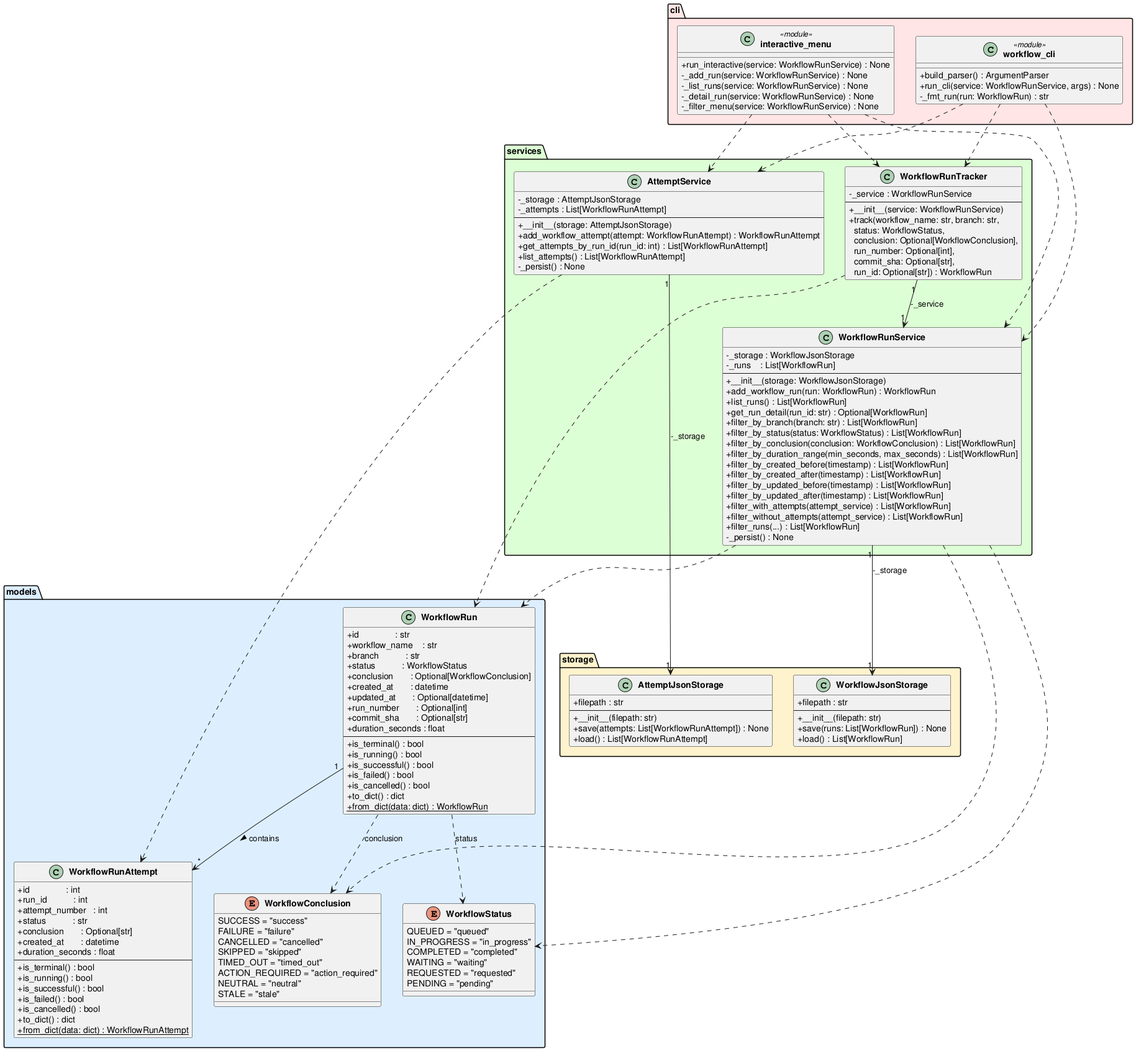
DanielRiha8906/Software_autoevolution_using_agents keeps this PlantUML diagram as experiments/broadcast/structured_text/github-workflow-manager/artifacts/class_diagram.png. Above is the earlier version.
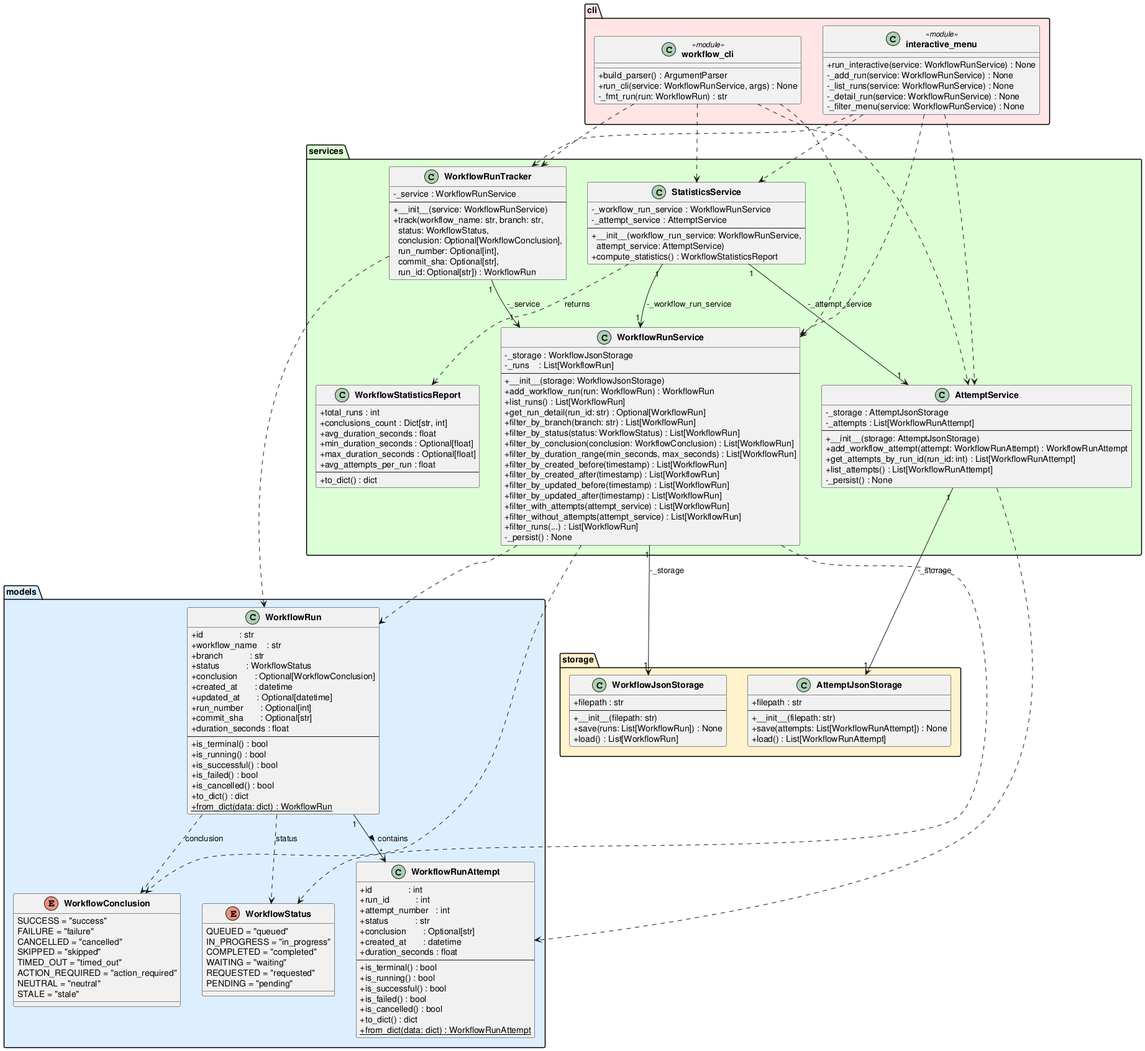
Later version of the same file.

Diff of the diagram source:
```diff
@@ -122,6 +122,25 @@
         +list_attempts() : List[WorkflowRunAttempt]
         -_persist() : None
     }
+
+    class WorkflowStatisticsReport {
+        +total_runs : int
+        +conclusions_count : Dict[str, int]
+        +avg_duration_seconds : float
+        +min_duration_seconds : Optional[float]
+        +max_duration_seconds : Optional[float]
+        +avg_attempts_per_run : float
+        --
+        +to_dict() : dict
+    }
+
+    class StatisticsService {
+        -_workflow_run_service : WorkflowRunService
+        -_attempt_service : AttemptService
+        --
+        +__init__(workflow_run_service: WorkflowRunService,\n  attempt_service: AttemptService)
+        +compute_statistics() : WorkflowStatisticsReport
+    }
 }
 
 package "cli" #FFE5E5 {
@@ -151,11 +170,16 @@
 WorkflowRunTracker         ..>  WorkflowRun
 AttemptService       "1" --> "1" AttemptJsonStorage   : -_storage
 AttemptService             ..>  WorkflowRunAttempt
+StatisticsService    "1" --> "1" WorkflowRunService  : -_workflow_run_service
+StatisticsService    "1" --> "1" AttemptService      : -_attempt_service
+StatisticsService          ..>  WorkflowStatisticsReport : returns
 "workflow_cli"             ..>  WorkflowRunService
 "workflow_cli"             ..>  WorkflowRunTracker
 "workflow_cli"             ..>  AttemptService
+"workflow_cli"             ..>  StatisticsService
 "interactive_menu"         ..>  WorkflowRunService
 "interactive_menu"         ..>  WorkflowRunTracker
 "interactive_menu"         ..>  AttemptService
+"interactive_menu"         ..>  StatisticsService
 
 @enduml
```
